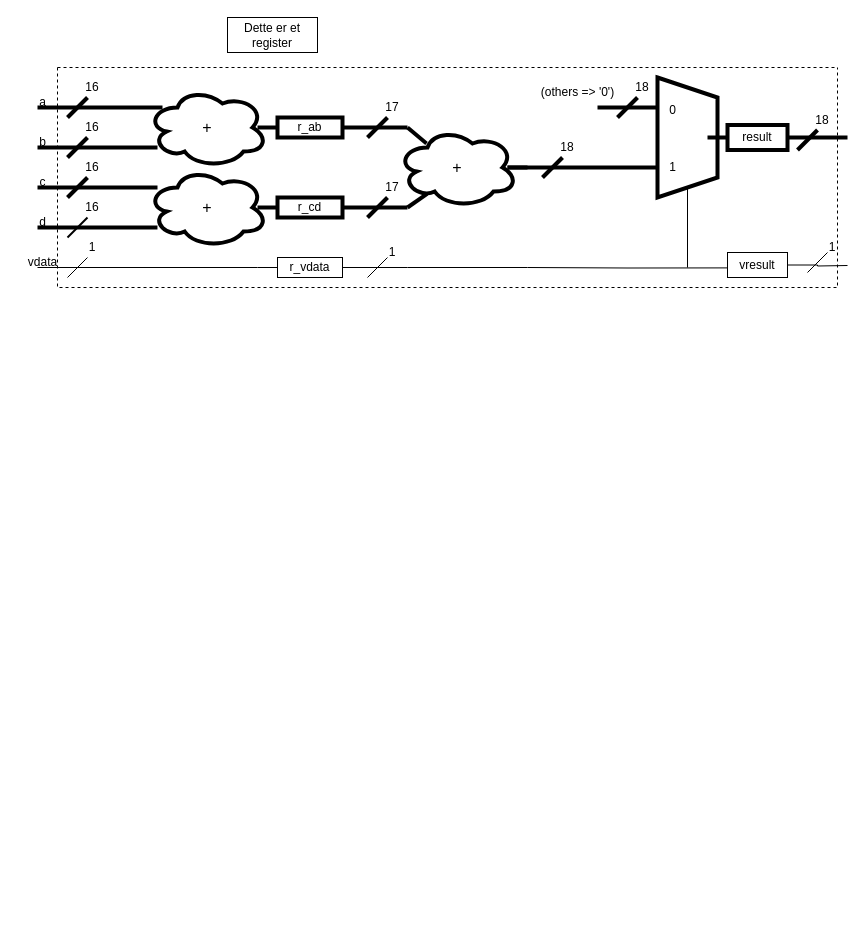
Before: Eksamen/2022/in3160_eksamen22.drawio in jrundht/IN3160, a draw.io diagram. Source tidied: cells renumbered, new cells numbered last; positions are measured from the earlier drawing's top-left corner, leaving out a move shared by most shapes. Both pictures are drawn from the tidied source at 100%, with x=0, y=0 at pixel (17, 17).
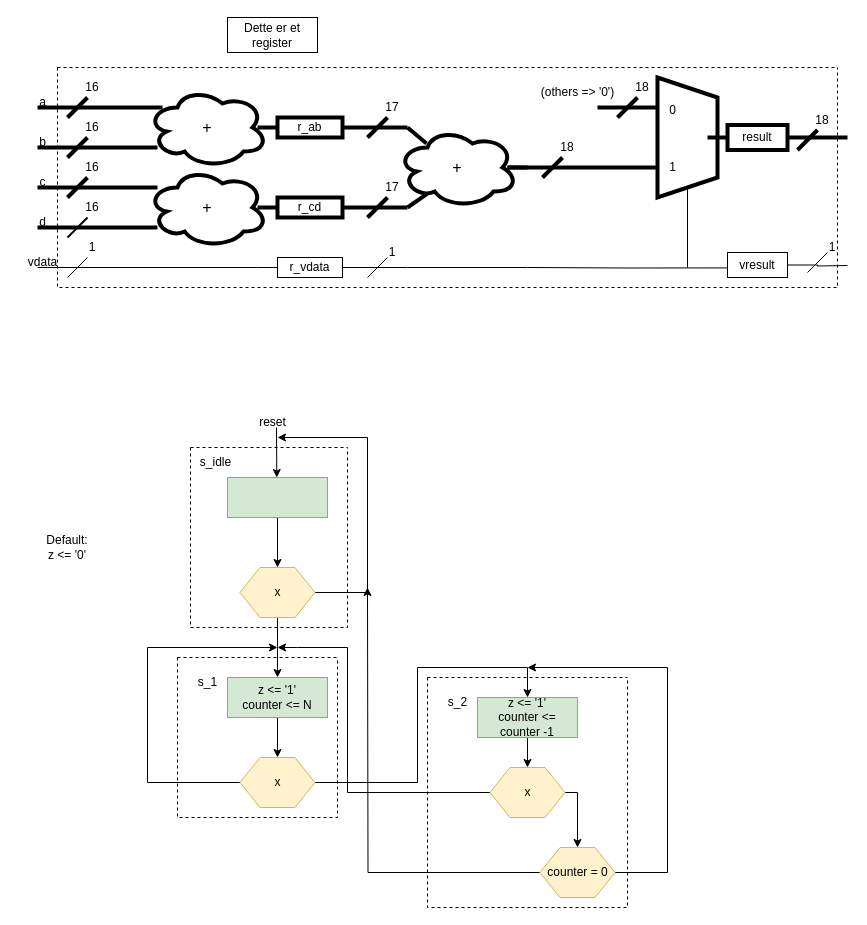
Above is the later version.

Change to the diagram source:
```diff
@@
+    <mxCell id="79" value="Default:&lt;div&gt;z &amp;lt;= '0'&lt;br&gt;&lt;/div&gt;" style="text;html=1;align=center;verticalAlign=middle;whiteSpace=wrap;rounded=0;" parent="1" vertex="1">
+      <mxGeometry y="410" width="100" height="240" as="geometry" />
+    </mxCell>
+    <mxCell id="80" style="edgeStyle=orthogonalEdgeStyle;rounded=0;jettySize=auto;html=1;entryX=0.5;entryY=0;entryDx=0;entryDy=0;" parent="1" edge="1" source="81" target="84">
+      <mxGeometry relative="1" as="geometry" />
+    </mxCell>
+    <mxCell id="81" style="rounded=0;whiteSpace=wrap;html=1;fillColor=#d5e8d4;strokeColor=#82b366;" parent="1" vertex="1">
+      <mxGeometry x="210" y="460" width="100" height="40" as="geometry" />
+    </mxCell>
+    <mxCell id="82" style="edgeStyle=orthogonalEdgeStyle;rounded=0;jettySize=auto;html=1;" parent="1" edge="1" source="84">
+      <mxGeometry relative="1" as="geometry">
+        <mxPoint x="260" y="420" as="targetPoint" />
+        <Array as="points">
+          <mxPoint x="350" y="575" />
+          <mxPoint x="350" y="420" />
+        </Array>
+      </mxGeometry>
+    </mxCell>
+    <mxCell id="83" style="edgeStyle=orthogonalEdgeStyle;rounded=0;jettySize=auto;html=1;" parent="1" edge="1" source="84" target="90">
+      <mxGeometry relative="1" as="geometry" />
+    </mxCell>
+    <mxCell id="84" value="x" style="shape=hexagon;perimeter=hexagonPerimeter2;whiteSpace=wrap;html=1;fixedSize=1;fillColor=#fff2cc;strokeColor=#d6b656;" parent="1" vertex="1">
+      <mxGeometry x="222.5" y="550" width="75" height="50" as="geometry" />
+    </mxCell>
+    <mxCell id="85" style="endArrow=classic;html=1;rounded=0;" parent="1" edge="1">
+      <mxGeometry relative="1" as="geometry">
+        <mxPoint x="259" y="410" as="sourcePoint" />
+        <mxPoint x="259.3" y="460" as="targetPoint" />
+      </mxGeometry>
+    </mxCell>
+    <mxCell id="86" value="reset" style="text;html=1;align=center;verticalAlign=middle;strokeColor=none;fillColor=none;" parent="1" vertex="1">
+      <mxGeometry x="230" y="390" width="50" height="30" as="geometry" />
+    </mxCell>
+    <mxCell id="87" value="s_idle" style="text;html=1;align=center;verticalAlign=middle;strokeColor=none;fillColor=none;" parent="1" vertex="1">
+      <mxGeometry x="172.5" y="430" width="50" height="30" as="geometry" />
+    </mxCell>
+    <mxCell id="88" style="swimlane;startSize=0;dashed=1;" parent="1" vertex="1">
+      <mxGeometry x="173" y="430" width="157" height="180" as="geometry" />
+    </mxCell>
+    <mxCell id="89" style="edgeStyle=orthogonalEdgeStyle;rounded=0;jettySize=auto;html=1;entryX=0.5;entryY=0;entryDx=0;entryDy=0;" parent="1" edge="1" source="90" target="93">
+      <mxGeometry relative="1" as="geometry" />
+    </mxCell>
+    <mxCell id="90" value="&lt;div&gt;z &amp;lt;= '1'&lt;/div&gt;&lt;div&gt;counter &amp;lt;= N&lt;br&gt;&lt;/div&gt;" style="rounded=0;whiteSpace=wrap;html=1;fillColor=#d5e8d4;strokeColor=#82b366;" parent="1" vertex="1">
+      <mxGeometry x="210" y="660" width="100" height="40" as="geometry" />
+    </mxCell>
+    <mxCell id="91" style="edgeStyle=orthogonalEdgeStyle;rounded=0;jettySize=auto;html=1;" parent="1" edge="1" source="93">
+      <mxGeometry relative="1" as="geometry">
+        <mxPoint x="260" y="630" as="targetPoint" />
+        <Array as="points">
+          <mxPoint x="130" y="765" />
+          <mxPoint x="130" y="630" />
+        </Array>
+      </mxGeometry>
+    </mxCell>
+    <mxCell id="92" style="edgeStyle=orthogonalEdgeStyle;rounded=0;jettySize=auto;html=1;entryX=0.5;entryY=0;entryDx=0;entryDy=0;" parent="1" edge="1" source="93" target="95">
+      <mxGeometry relative="1" as="geometry">
+        <Array as="points">
+          <mxPoint x="400" y="765" />
+          <mxPoint x="400" y="650" />
+          <mxPoint x="510" y="650" />
+        </Array>
+      </mxGeometry>
+    </mxCell>
+    <mxCell id="93" value="x" style="shape=hexagon;perimeter=hexagonPerimeter2;whiteSpace=wrap;html=1;fixedSize=1;fillColor=#fff2cc;strokeColor=#d6b656;" parent="1" vertex="1">
+      <mxGeometry x="222.5" y="740" width="75" height="50" as="geometry" />
+    </mxCell>
+    <mxCell id="94" style="edgeStyle=orthogonalEdgeStyle;rounded=0;jettySize=auto;html=1;entryX=0.5;entryY=0;entryDx=0;entryDy=0;" parent="1" edge="1" source="95" target="98">
+      <mxGeometry relative="1" as="geometry" />
+    </mxCell>
+    <mxCell id="95" value="&lt;div&gt;z &amp;lt;= '1'&lt;/div&gt;&lt;div&gt;counter &amp;lt;= counter -1&lt;br&gt;&lt;/div&gt;" style="rounded=0;whiteSpace=wrap;html=1;fillColor=#d5e8d4;strokeColor=#82b366;" parent="1" vertex="1">
+      <mxGeometry x="460" y="680" width="100" height="40" as="geometry" />
+    </mxCell>
+    <mxCell id="96" style="edgeStyle=orthogonalEdgeStyle;rounded=0;jettySize=auto;html=1;entryX=0.5;entryY=0;entryDx=0;entryDy=0;" parent="1" edge="1" source="98" target="101">
+      <mxGeometry relative="1" as="geometry">
+        <Array as="points">
+          <mxPoint x="560" y="775" />
+        </Array>
+      </mxGeometry>
+    </mxCell>
+    <mxCell id="97" style="edgeStyle=orthogonalEdgeStyle;rounded=0;jettySize=auto;html=1;" parent="1" edge="1" source="98">
+      <mxGeometry relative="1" as="geometry">
+        <mxPoint x="260" y="630" as="targetPoint" />
+        <Array as="points">
+          <mxPoint x="330" y="775" />
+          <mxPoint x="330" y="630" />
+          <mxPoint x="280" y="630" />
+        </Array>
+      </mxGeometry>
+    </mxCell>
+    <mxCell id="98" value="x" style="shape=hexagon;perimeter=hexagonPerimeter2;whiteSpace=wrap;html=1;fixedSize=1;fillColor=#fff2cc;strokeColor=#d6b656;" parent="1" vertex="1">
+      <mxGeometry x="472.5" y="750" width="75" height="50" as="geometry" />
+    </mxCell>
+    <mxCell id="99" style="edgeStyle=orthogonalEdgeStyle;rounded=0;jettySize=auto;html=1;" parent="1" edge="1" source="101">
+      <mxGeometry relative="1" as="geometry">
+        <mxPoint x="510" y="650" as="targetPoint" />
+        <Array as="points">
+          <mxPoint x="650" y="855" />
+          <mxPoint x="650" y="650" />
+        </Array>
+      </mxGeometry>
+    </mxCell>
+    <mxCell id="100" style="edgeStyle=orthogonalEdgeStyle;rounded=0;jettySize=auto;html=1;" parent="1" edge="1" source="101">
+      <mxGeometry relative="1" as="geometry">
+        <mxPoint x="350" y="570" as="targetPoint" />
+      </mxGeometry>
+    </mxCell>
+    <mxCell id="101" value="counter = 0" style="shape=hexagon;perimeter=hexagonPerimeter2;whiteSpace=wrap;html=1;fixedSize=1;fillColor=#fff2cc;strokeColor=#d6b656;" parent="1" vertex="1">
+      <mxGeometry x="522.5" y="830" width="75" height="50" as="geometry" />
+    </mxCell>
+    <mxCell id="102" style="swimlane;startSize=0;dashed=1;" parent="1" vertex="1">
+      <mxGeometry x="160" y="640" width="160" height="160" as="geometry" />
+    </mxCell>
+    <mxCell id="103" value="s_1" style="text;html=1;align=center;verticalAlign=middle;strokeColor=none;fillColor=none;" parent="102" vertex="1">
+      <mxGeometry x="10" y="10" width="40" height="30" as="geometry" />
+    </mxCell>
+    <mxCell id="104" style="swimlane;startSize=0;dashed=1;" parent="1" vertex="1">
+      <mxGeometry x="410" y="660" width="200" height="230" as="geometry" />
+    </mxCell>
+    <mxCell id="105" value="s_2" style="text;html=1;align=center;verticalAlign=middle;strokeColor=none;fillColor=none;" parent="104" vertex="1">
+      <mxGeometry x="10" y="10" width="40" height="30" as="geometry" />
+    </mxCell>
```
